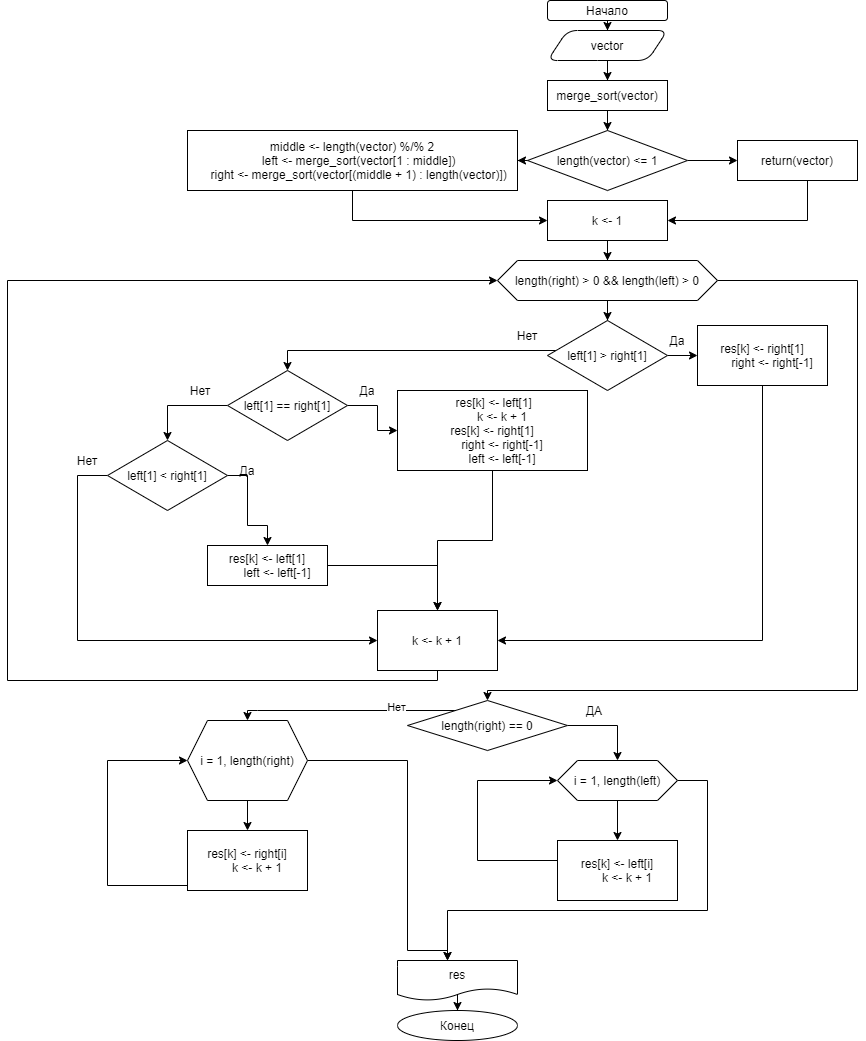
Above: 6) merge sort/merge_sort.png in AGEfx/R-tasks (draw.io), before the change. Source tidied: cells renumbered, new cells last; positions are measured from the earlier drawing's top-left corner, leaving out a move shared by most shapes.
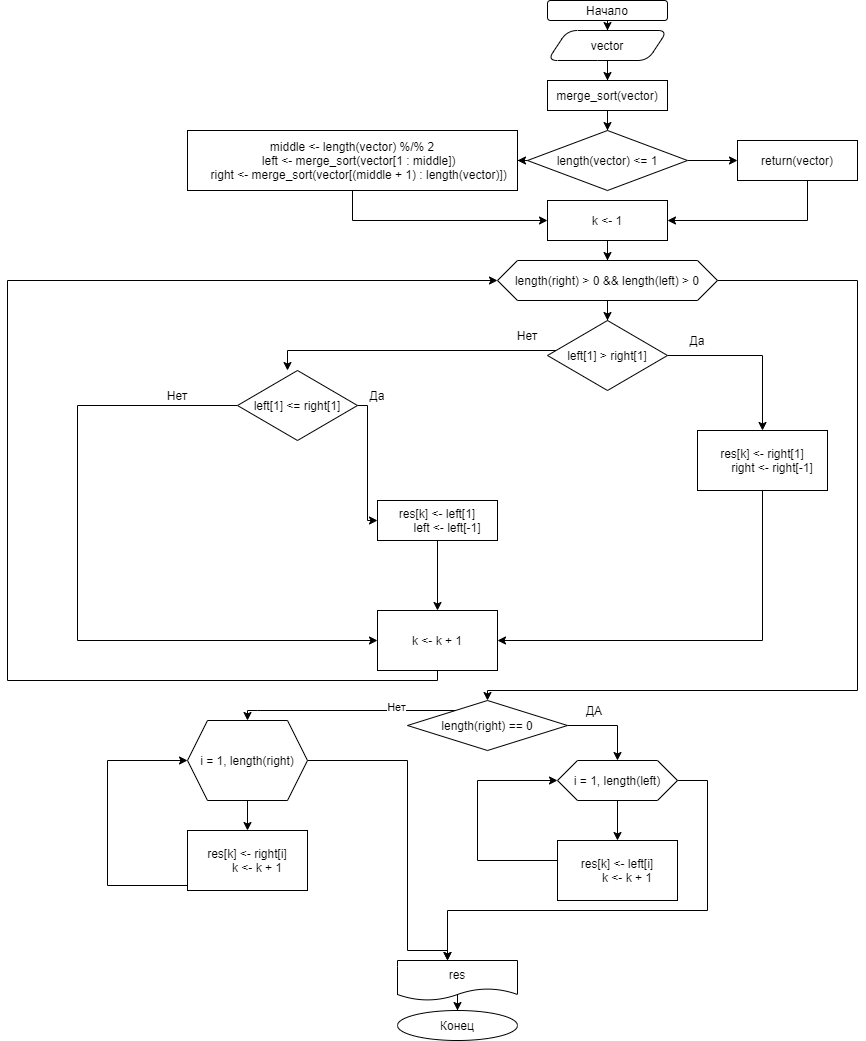
After the change.

Change to the diagram source:
```diff
@@ -18,7 +18,7 @@
     <mxCell id="4" value="Начало" style="rounded=1;whiteSpace=wrap;html=1;" parent="1" vertex="1">
       <mxGeometry x="540" width="120" height="20" as="geometry" />
     </mxCell>
-    <mxCell id="5" style="edgeStyle=orthogonalEdgeStyle;rounded=0;jettySize=auto;html=1;entryX=0;entryY=0.5;entryDx=0;entryDy=0;" parent="1" edge="1" source="x">
+    <mxCell id="5" style="edgeStyle=orthogonalEdgeStyle;rounded=0;orthogonalLoop=1;jettySize=auto;html=1;entryX=0;entryY=0.5;entryDx=0;entryDy=0;" parent="1" edge="1">
       <mxGeometry relative="1" as="geometry">
         <mxPoint x="520" y="275" as="targetPoint" />
         <Array as="points">
@@ -28,7 +28,7 @@
         </Array>
       </mxGeometry>
     </mxCell>
-    <mxCell id="6" style="edgeStyle=orthogonalEdgeStyle;rounded=0;jettySize=auto;html=1;entryX=0;entryY=0.5;entryDx=0;entryDy=0;" parent="1" edge="1" source="x">
+    <mxCell id="6" style="edgeStyle=orthogonalEdgeStyle;rounded=0;orthogonalLoop=1;jettySize=auto;html=1;entryX=0;entryY=0.5;entryDx=0;entryDy=0;" parent="1" edge="1">
       <mxGeometry relative="1" as="geometry">
         <mxPoint x="527" y="120" as="targetPoint" />
         <Array as="points">
@@ -102,8 +102,9 @@
     <mxCell id="23" style="edgeStyle=orthogonalEdgeStyle;rounded=0;jettySize=auto;html=1;" parent="1" edge="1" source="25" target="27">
       <mxGeometry relative="1" as="geometry" />
     </mxCell>
-    <mxCell id="24" style="edgeStyle=orthogonalEdgeStyle;rounded=0;jettySize=auto;html=1;entryX=0.5;entryY=0;entryDx=0;entryDy=0;" parent="1" edge="1" source="25" target="30">
+    <mxCell id="24" style="edgeStyle=orthogonalEdgeStyle;rounded=0;jettySize=auto;html=1;entryX=0.5;entryY=0;entryDx=0;entryDy=0;" parent="1" edge="1" source="25">
       <mxGeometry relative="1" as="geometry">
+        <mxPoint x="280" y="370" as="targetPoint" />
         <Array as="points">
           <mxPoint x="280" y="350" />
         </Array>
@@ -120,51 +121,26 @@
       </mxGeometry>
     </mxCell>
     <mxCell id="27" value="&lt;div&gt;res[k] &amp;lt;- right[1]&lt;/div&gt;&lt;div&gt;&amp;nbsp; &amp;nbsp; &amp;nbsp; right &amp;lt;- right[-1]&lt;/div&gt;" style="whiteSpace=wrap;html=1;rounded=0;" parent="1" vertex="1">
-      <mxGeometry x="690" y="325" width="130" height="60" as="geometry" />
+      <mxGeometry x="690" y="430" width="130" height="60" as="geometry" />
     </mxCell>
-    <mxCell id="28" style="edgeStyle=orthogonalEdgeStyle;rounded=0;jettySize=auto;html=1;entryX=0;entryY=0.5;entryDx=0;entryDy=0;" parent="1" edge="1" source="30" target="32">
-      <mxGeometry relative="1" as="geometry">
-        <Array as="points">
-          <mxPoint x="370" y="405" />
-          <mxPoint x="370" y="430" />
-        </Array>
-      </mxGeometry>
-    </mxCell>
-    <mxCell id="29" style="edgeStyle=orthogonalEdgeStyle;rounded=0;jettySize=auto;html=1;entryX=0.5;entryY=0;entryDx=0;entryDy=0;" parent="1" edge="1" source="30" target="35">
-      <mxGeometry relative="1" as="geometry">
-        <Array as="points">
-          <mxPoint x="160" y="405" />
-        </Array>
-      </mxGeometry>
-    </mxCell>
-    <mxCell id="30" value="left[1] == right[1]" style="rhombus;whiteSpace=wrap;html=1;rounded=0;" parent="1" vertex="1">
-      <mxGeometry x="220" y="370" width="120" height="70" as="geometry" />
-    </mxCell>
-    <mxCell id="31" style="edgeStyle=orthogonalEdgeStyle;rounded=0;jettySize=auto;html=1;" parent="1" edge="1" source="32" target="45">
-      <mxGeometry relative="1" as="geometry" />
-    </mxCell>
-    <mxCell id="32" value="&lt;div&gt;&amp;nbsp;res[k] &amp;lt;- left[1]&lt;/div&gt;&lt;div&gt;&amp;nbsp; &amp;nbsp; &amp;nbsp; k &amp;lt;- k + 1&lt;/div&gt;&lt;div&gt;&amp;nbsp; &amp;nbsp; &amp;nbsp; res[k] &amp;lt;- right[1]&lt;span&gt;&amp;nbsp; &amp;nbsp; &amp;nbsp;&amp;nbsp;&lt;/span&gt;&lt;/div&gt;&lt;div&gt;&amp;nbsp; &amp;nbsp; &amp;nbsp; right &amp;lt;- right[-1]&lt;/div&gt;&lt;div&gt;&amp;nbsp; &amp;nbsp; &amp;nbsp; left &amp;lt;- left[-1]&lt;/div&gt;" style="rounded=0;whiteSpace=wrap;html=1;" parent="1" vertex="1">
-      <mxGeometry x="390" y="390" width="190" height="80" as="geometry" />
-    </mxCell>
     <mxCell id="33" style="edgeStyle=orthogonalEdgeStyle;rounded=0;jettySize=auto;html=1;" parent="1" edge="1" source="35" target="37">
       <mxGeometry relative="1" as="geometry">
         <Array as="points">
-          <mxPoint x="240" y="475" />
-          <mxPoint x="240" y="525" />
-          <mxPoint x="260" y="525" />
+          <mxPoint x="360" y="405" />
+          <mxPoint x="360" y="520" />
         </Array>
       </mxGeometry>
     </mxCell>
     <mxCell id="34" style="edgeStyle=orthogonalEdgeStyle;rounded=0;jettySize=auto;html=1;entryX=0;entryY=0.5;entryDx=0;entryDy=0;" parent="1" edge="1" source="35" target="45">
       <mxGeometry relative="1" as="geometry">
         <Array as="points">
-          <mxPoint x="70" y="475" />
+          <mxPoint x="70" y="405" />
           <mxPoint x="70" y="640" />
         </Array>
       </mxGeometry>
     </mxCell>
-    <mxCell id="35" value="left[1] &amp;lt; right[1]" style="rhombus;whiteSpace=wrap;html=1;rounded=0;" parent="1" vertex="1">
-      <mxGeometry x="100" y="440" width="120" height="70" as="geometry" />
+    <mxCell id="35" value="left[1] &amp;lt;= right[1]" style="rhombus;whiteSpace=wrap;html=1;rounded=0;" parent="1" vertex="1">
+      <mxGeometry x="230" y="370" width="120" height="70" as="geometry" />
     </mxCell>
     <mxCell id="36" style="edgeStyle=orthogonalEdgeStyle;rounded=0;jettySize=auto;html=1;" parent="1" edge="1" source="37">
       <mxGeometry relative="1" as="geometry">
@@ -172,25 +148,19 @@
       </mxGeometry>
     </mxCell>
     <mxCell id="37" value="&lt;div&gt;res[k] &amp;lt;- left[1]&lt;/div&gt;&lt;div&gt;&amp;nbsp; &amp;nbsp; &amp;nbsp; left &amp;lt;- left[-1]&lt;/div&gt;" style="whiteSpace=wrap;html=1;rounded=0;" parent="1" vertex="1">
-      <mxGeometry x="200" y="545" width="120" height="40" as="geometry" />
+      <mxGeometry x="370" y="500" width="120" height="40" as="geometry" />
     </mxCell>
     <mxCell id="38" value="Да" style="text;html=1;strokeColor=none;fillColor=none;align=center;verticalAlign=middle;whiteSpace=wrap;rounded=0;" parent="1" vertex="1">
-      <mxGeometry x="650" y="330" width="40" height="20" as="geometry" />
+      <mxGeometry x="670" y="330" width="40" height="20" as="geometry" />
     </mxCell>
-    <mxCell id="39" value="Да" style="text;html=1;strokeColor=none;fillColor=none;align=center;verticalAlign=middle;whiteSpace=wrap;rounded=0;" parent="1" vertex="1">
-      <mxGeometry x="340" y="380" width="40" height="20" as="geometry" />
-    </mxCell>
     <mxCell id="40" value="Да" style="text;html=1;strokeColor=none;fillColor=none;align=center;verticalAlign=middle;whiteSpace=wrap;rounded=0;" parent="1" vertex="1">
-      <mxGeometry x="220" y="460" width="40" height="20" as="geometry" />
+      <mxGeometry x="350" y="385" width="40" height="20" as="geometry" />
     </mxCell>
     <mxCell id="41" value="Нет" style="text;html=1;strokeColor=none;fillColor=none;align=center;verticalAlign=middle;whiteSpace=wrap;rounded=0;" parent="1" vertex="1">
       <mxGeometry x="500" y="325" width="40" height="20" as="geometry" />
     </mxCell>
-    <mxCell id="42" value="Нет" style="text;html=1;strokeColor=none;fillColor=none;align=center;verticalAlign=middle;whiteSpace=wrap;rounded=0;" parent="1" vertex="1">
-      <mxGeometry x="173" y="380" width="40" height="20" as="geometry" />
-    </mxCell>
     <mxCell id="43" value="Нет" style="text;html=1;strokeColor=none;fillColor=none;align=center;verticalAlign=middle;whiteSpace=wrap;rounded=0;" parent="1" vertex="1">
-      <mxGeometry x="60" y="450" width="40" height="20" as="geometry" />
+      <mxGeometry x="150" y="385" width="40" height="20" as="geometry" />
     </mxCell>
     <mxCell id="44" style="edgeStyle=orthogonalEdgeStyle;rounded=0;jettySize=auto;html=1;entryX=0;entryY=0.5;entryDx=0;entryDy=0;" parent="1" edge="1" source="45" target="22">
       <mxGeometry relative="1" as="geometry">
```
